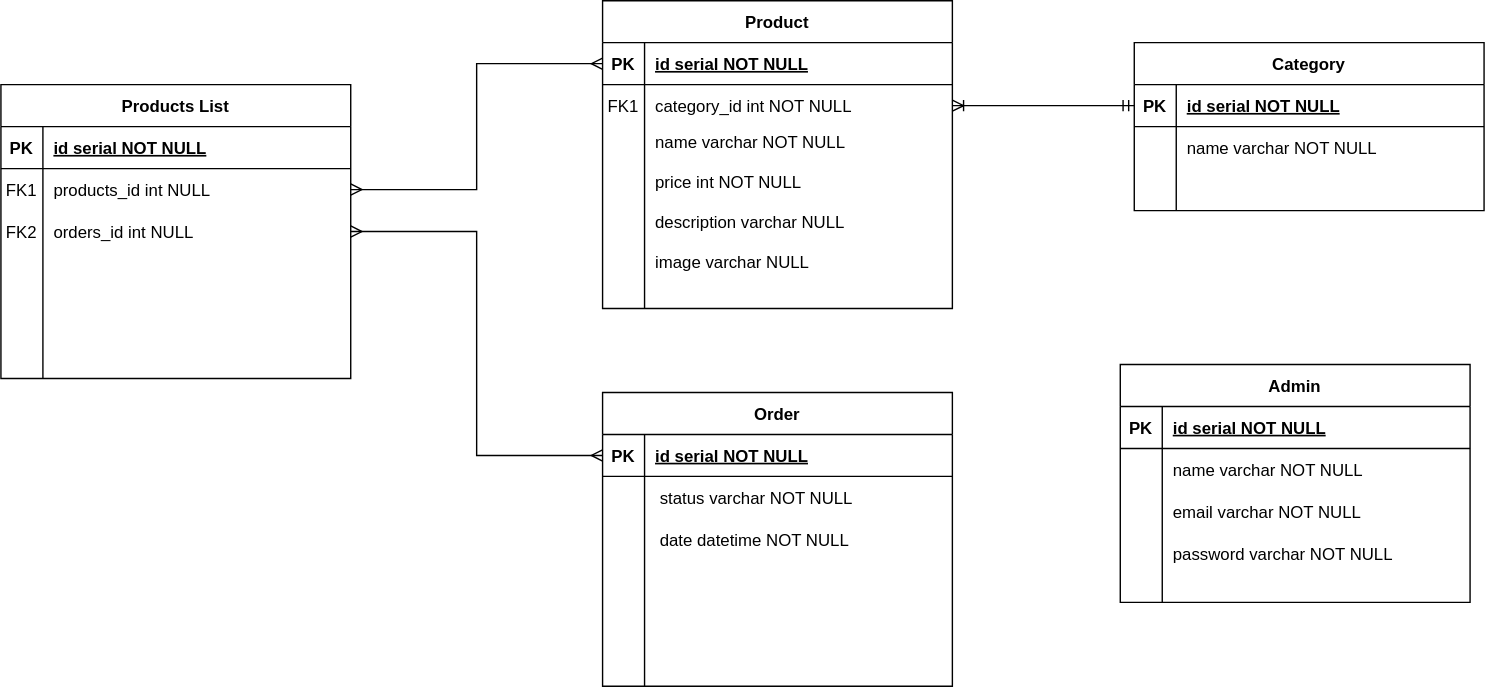
Earlier version of the draw.io export kitchin.svg (brunocamposal/kitchin-kanri). Source tidied: cells renumbered, new cells last; positions are measured from the earlier drawing's top-left corner, leaving out a move shared by most shapes.
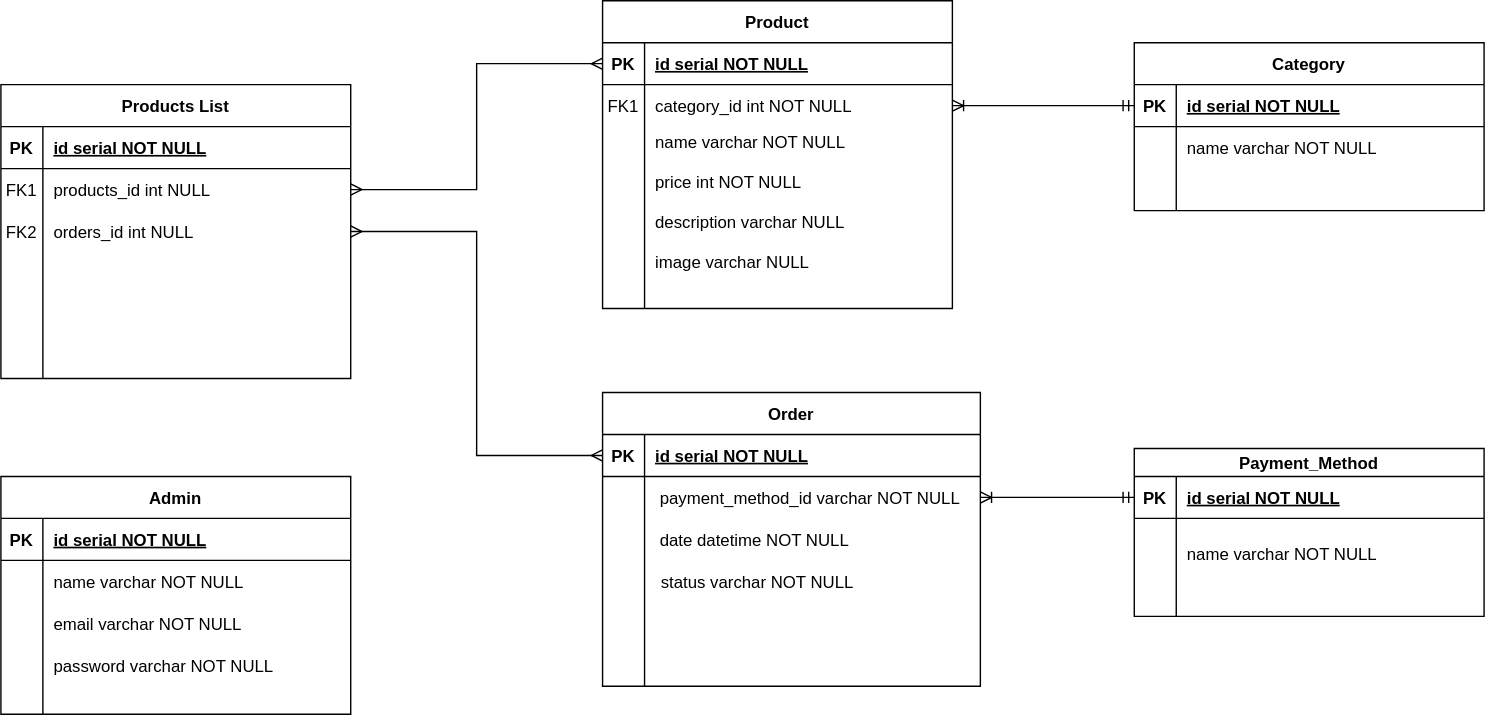
Later version of the same file.

Diff of the diagram source:
```diff
@@ -6,37 +6,37 @@
       <mxGeometry relative="1" as="geometry" />
     </mxCell>
     <mxCell id="3" style="group;" parent="1" vertex="1">
-      <mxGeometry x="430" y="280" width="250" height="180" as="geometry" />
+      <mxGeometry x="430" y="280" width="270" height="210" as="geometry" />
     </mxCell>
     <mxCell id="4" value="Order" style="shape=table;startSize=30;rowLines=0;fontStyle=1;align=center;" parent="3" vertex="1">
-      <mxGeometry width="250" height="210" as="geometry" />
+      <mxGeometry width="270" height="210" as="geometry" />
     </mxCell>
     <mxCell id="5" style="shape=partialRectangle;fillColor=none;points=[[0,0.5],[1,0.5]];portConstraint=eastwest;top=0;left=0;right=0;bottom=1;" parent="4" vertex="1">
-      <mxGeometry y="30" width="250" height="30" as="geometry" />
+      <mxGeometry y="30" width="270" height="30" as="geometry" />
     </mxCell>
     <mxCell id="6" value="PK" style="shape=partialRectangle;overflow=hidden;fillColor=none;top=0;left=0;bottom=0;right=0;fontStyle=1;" parent="5" vertex="1">
       <mxGeometry width="30" height="30" as="geometry" />
     </mxCell>
     <mxCell id="7" value="id serial NOT NULL " style="shape=partialRectangle;overflow=hidden;fillColor=none;top=0;left=0;bottom=0;right=0;align=left;spacingLeft=6;fontStyle=5;" parent="5" vertex="1">
-      <mxGeometry x="30" width="220" height="30" as="geometry" />
+      <mxGeometry x="30" width="240" height="30" as="geometry" />
     </mxCell>
     <mxCell id="8" style="shape=partialRectangle;fillColor=none;points=[[0,0.5],[1,0.5]];portConstraint=eastwest;top=0;left=0;right=0;bottom=0;" parent="4" vertex="1">
-      <mxGeometry y="60" width="250" height="30" as="geometry" />
+      <mxGeometry y="60" width="270" height="30" as="geometry" />
     </mxCell>
     <mxCell id="9" style="shape=partialRectangle;overflow=hidden;fillColor=none;top=0;left=0;bottom=0;right=0;" parent="8" vertex="1">
       <mxGeometry width="30" height="30" as="geometry" />
     </mxCell>
-    <mxCell id="10" value=" status varchar NOT NULL" style="shape=partialRectangle;overflow=hidden;fillColor=none;top=0;left=0;bottom=0;right=0;align=left;spacingLeft=6;" parent="8" vertex="1">
-      <mxGeometry x="30" width="220" height="30" as="geometry" />
+    <mxCell id="10" value=" payment_method_id varchar NOT NULL" style="shape=partialRectangle;overflow=hidden;fillColor=none;top=0;left=0;bottom=0;right=0;align=left;spacingLeft=6;" parent="8" vertex="1">
+      <mxGeometry x="30" width="240" height="30" as="geometry" />
     </mxCell>
     <mxCell id="11" style="shape=partialRectangle;fillColor=none;top=0;left=0;right=0;bottom=0;" parent="4" vertex="1">
-      <mxGeometry y="90" width="250" height="30" as="geometry" />
+      <mxGeometry y="90" width="270" height="30" as="geometry" />
     </mxCell>
     <mxCell id="12" style="shape=partialRectangle;overflow=hidden;fillColor=none;top=0;left=0;bottom=0;right=0;" parent="11" vertex="1">
       <mxGeometry width="30" height="30" as="geometry" />
     </mxCell>
     <mxCell id="13" value=" date datetime NOT NULL" style="shape=partialRectangle;overflow=hidden;fillColor=none;top=0;left=0;bottom=0;right=0;align=left;spacingLeft=6;" parent="11" vertex="1">
-      <mxGeometry x="30" width="220" height="30" as="geometry" />
+      <mxGeometry x="30" width="240" height="30" as="geometry" />
     </mxCell>
     <mxCell id="14" style="shape=partialRectangle;overflow=hidden;fillColor=none;top=0;left=0;bottom=0;right=0;align=left;spacingLeft=6;" parent="3" vertex="1">
       <mxGeometry x="30" y="120" width="220" height="30" as="geometry" />
@@ -44,6 +44,9 @@
     <mxCell id="15" style="shape=partialRectangle;overflow=hidden;fillColor=none;top=0;left=0;bottom=0;right=0;align=left;spacingLeft=6;" parent="3" vertex="1">
       <mxGeometry x="29" y="140" width="220" height="40" as="geometry" />
     </mxCell>
+    <mxCell id="72" value="status varchar NOT NULL" style="shape=partialRectangle;overflow=hidden;fillColor=none;top=0;left=0;bottom=0;right=0;align=left;spacingLeft=6;" parent="3" vertex="1">
+      <mxGeometry x="34" y="120" width="220" height="30" as="geometry" />
+    </mxCell>
     <mxCell id="16" style="group;" parent="1" vertex="1">
       <mxGeometry x="430" width="250" height="220" as="geometry" />
     </mxCell>
@@ -167,11 +170,14 @@
     <mxCell id="56" value="FK2" style="shape=partialRectangle;overflow=hidden;fillColor=none;top=0;left=0;bottom=0;right=0;" parent="43" vertex="1">
       <mxGeometry y="90" width="30" height="30" as="geometry" />
     </mxCell>
-    <mxCell id="57" style="group;" parent="1" vertex="1">
-      <mxGeometry x="800" y="260" width="250" height="170" as="geometry" />
-    </mxCell>
+    <mxCell id="70" style="edgeStyle=orthogonalEdgeStyle;rounded=0;jettySize=auto;html=1;exitX=1;exitY=0.5;exitDx=0;exitDy=0;entryX=0;entryY=0.5;entryDx=0;entryDy=0;startArrow=ERmany;startFill=0;endArrow=ERmany;endFill=0;" parent="1" edge="1" source="51" target="5">
+      <mxGeometry relative="1" as="geometry" />
+    </mxCell>
+    <mxCell id="71" style="edgeStyle=orthogonalEdgeStyle;rounded=0;jettySize=auto;html=1;exitX=1;exitY=0.5;exitDx=0;exitDy=0;entryX=0;entryY=0.5;entryDx=0;entryDy=0;startArrow=ERmany;startFill=0;endArrow=ERmany;endFill=0;" parent="1" edge="1" source="48" target="18">
+      <mxGeometry relative="1" as="geometry" />
+    </mxCell>
-    <mxCell id="58" value="Admin" style="shape=table;startSize=30;rowLines=0;fontStyle=1;align=center;" parent="57" vertex="1">
-      <mxGeometry width="250" height="170" as="geometry" />
+    <mxCell id="58" value="Admin" style="shape=table;startSize=30;rowLines=0;fontStyle=1;align=center;" parent="1" vertex="1">
+      <mxGeometry y="340" width="250" height="170" as="geometry" />
     </mxCell>
     <mxCell id="59" style="shape=partialRectangle;fillColor=none;top=0;left=0;right=0;bottom=1;" parent="58" vertex="1">
       <mxGeometry y="30" width="250" height="30" as="geometry" />
@@ -200,17 +206,50 @@
     <mxCell id="67" style="shape=partialRectangle;overflow=hidden;fillColor=none;top=0;left=0;bottom=0;right=0;align=left;spacingLeft=6;" parent="65" vertex="1">
       <mxGeometry x="30" width="220" height="30" as="geometry" />
     </mxCell>
-    <mxCell id="68" value="email varchar NOT NULL" style="shape=partialRectangle;overflow=hidden;fillColor=none;top=0;left=0;bottom=0;right=0;align=left;spacingLeft=6;" parent="57" vertex="1">
-      <mxGeometry x="30" y="90" width="220" height="30" as="geometry" />
+    <mxCell id="68" value="email varchar NOT NULL" style="shape=partialRectangle;overflow=hidden;fillColor=none;top=0;left=0;bottom=0;right=0;align=left;spacingLeft=6;" parent="1" vertex="1">
+      <mxGeometry x="30" y="430" width="220" height="30" as="geometry" />
     </mxCell>
-    <mxCell id="69" value="password varchar NOT NULL" style="shape=partialRectangle;overflow=hidden;fillColor=none;top=0;left=0;bottom=0;right=0;align=left;spacingLeft=6;" parent="57" vertex="1">
-      <mxGeometry x="30" y="120" width="220" height="30" as="geometry" />
+    <mxCell id="69" value="password varchar NOT NULL" style="shape=partialRectangle;overflow=hidden;fillColor=none;top=0;left=0;bottom=0;right=0;align=left;spacingLeft=6;" parent="1" vertex="1">
+      <mxGeometry x="30" y="460" width="220" height="30" as="geometry" />
     </mxCell>
-    <mxCell id="70" style="edgeStyle=orthogonalEdgeStyle;rounded=0;jettySize=auto;html=1;exitX=1;exitY=0.5;exitDx=0;exitDy=0;entryX=0;entryY=0.5;entryDx=0;entryDy=0;startArrow=ERmany;startFill=0;endArrow=ERmany;endFill=0;" parent="1" edge="1" source="51" target="5">
-      <mxGeometry relative="1" as="geometry" />
-    </mxCell>
-    <mxCell id="71" style="edgeStyle=orthogonalEdgeStyle;rounded=0;jettySize=auto;html=1;exitX=1;exitY=0.5;exitDx=0;exitDy=0;entryX=0;entryY=0.5;entryDx=0;entryDy=0;startArrow=ERmany;startFill=0;endArrow=ERmany;endFill=0;" parent="1" edge="1" source="48" target="18">
-      <mxGeometry relative="1" as="geometry" />
-    </mxCell>
+    <mxCell id="73" style="group;" parent="1" vertex="1">
+      <mxGeometry x="810" y="320" width="250" height="120" as="geometry" />
+    </mxCell>
+    <mxCell id="74" value="Payment_Method" style="shape=table;startSize=20;rowLines=0;fontStyle=1;align=center;" parent="73" vertex="1">
+      <mxGeometry width="250" height="120" as="geometry" />
+    </mxCell>
+    <mxCell id="75" style="shape=partialRectangle;fillColor=none;points=[[0,0.5],[1,0.5]];portConstraint=eastwest;top=0;left=0;right=0;bottom=1;" parent="74" vertex="1">
+      <mxGeometry y="20" width="250" height="30" as="geometry" />
+    </mxCell>
+    <mxCell id="76" value="PK" style="shape=partialRectangle;overflow=hidden;fillColor=none;top=0;left=0;bottom=0;right=0;fontStyle=1;" parent="75" vertex="1">
+      <mxGeometry width="30" height="30" as="geometry" />
+    </mxCell>
+    <mxCell id="77" value="id serial NOT NULL" style="shape=partialRectangle;overflow=hidden;fillColor=none;top=0;left=0;bottom=0;right=0;align=left;spacingLeft=6;fontStyle=5;" parent="75" vertex="1">
+      <mxGeometry x="30" width="220" height="30" as="geometry" />
+    </mxCell>
+    <mxCell id="78" style="shape=partialRectangle;fillColor=none;top=0;left=0;right=0;bottom=0;" parent="74" vertex="1">
+      <mxGeometry y="50" width="250" height="30" as="geometry" />
+    </mxCell>
+    <mxCell id="79" style="shape=partialRectangle;overflow=hidden;fillColor=none;top=0;left=0;bottom=0;right=0;" parent="78" vertex="1">
+      <mxGeometry width="30" height="30" as="geometry" />
+    </mxCell>
+    <mxCell id="80" style="shape=partialRectangle;overflow=hidden;fillColor=none;top=0;left=0;bottom=0;right=0;align=left;spacingLeft=6;" parent="78" vertex="1">
+      <mxGeometry x="30" width="220" height="30" as="geometry" />
+    </mxCell>
+    <mxCell id="81" style="shape=partialRectangle;fillColor=none;top=0;left=0;right=0;bottom=0;" parent="74" vertex="1">
+      <mxGeometry y="80" width="250" height="30" as="geometry" />
+    </mxCell>
+    <mxCell id="82" style="shape=partialRectangle;overflow=hidden;fillColor=none;top=0;left=0;bottom=0;right=0;" parent="81" vertex="1">
+      <mxGeometry width="30" height="30" as="geometry" />
+    </mxCell>
+    <mxCell id="83" style="shape=partialRectangle;overflow=hidden;fillColor=none;top=0;left=0;bottom=0;right=0;align=left;spacingLeft=6;" parent="81" vertex="1">
+      <mxGeometry x="30" width="220" height="30" as="geometry" />
+    </mxCell>
+    <mxCell id="84" value="name varchar NOT NULL" style="shape=partialRectangle;overflow=hidden;fillColor=none;top=0;left=0;bottom=0;right=0;align=left;spacingLeft=6;" parent="73" vertex="1">
+      <mxGeometry x="30" y="60" width="220" height="30" as="geometry" />
+    </mxCell>
+    <mxCell id="85" style="edgeStyle=orthogonalEdgeStyle;rounded=0;jettySize=auto;html=1;entryX=0;entryY=0.5;entryDx=0;entryDy=0;endArrow=ERmandOne;endFill=0;startArrow=ERoneToMany;startFill=0;" parent="1" edge="1" source="8" target="75">
+      <mxGeometry relative="1" as="geometry" />
+    </mxCell>
   </root>
 </mxGraphModel>
```
